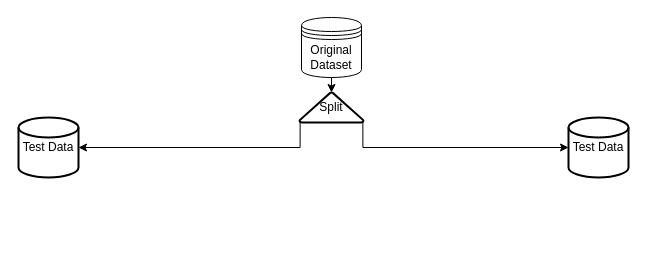
Earlier version of the draw.io diagram Resources/Untitled Diagram.drawio (HenrikPereira/EDSBproject). Source tidied: cells renumbered, new cells numbered last; positions are measured from the earlier drawing's top-left corner, leaving out a move shared by most shapes. Both pictures are drawn from the tidied source at 100%, with x=0, y=0 at pixel (18, 17).
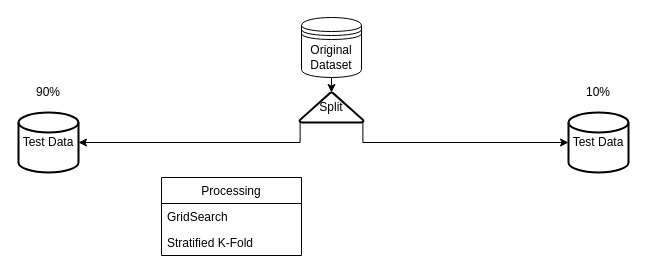
After the change.

Change to the diagram source:
```diff
@@
 <mxGraphModel>
   <root>
     <mxCell id="0" />
     <mxCell id="1" parent="0" />
     <mxCell id="2" style="edgeStyle=orthogonalEdgeStyle;rounded=0;jettySize=auto;html=1;exitX=0.99;exitY=0.97;exitDx=0;exitDy=0;entryX=0;entryY=0.5;entryDx=0;entryDy=0;entryPerimeter=0;exitPerimeter=0;" parent="1" edge="1" source="8" target="5">
       <mxGeometry relative="1" as="geometry" />
     </mxCell>
     <mxCell id="3" style="edgeStyle=orthogonalEdgeStyle;rounded=0;jettySize=auto;html=1;exitX=0.5;exitY=1;exitDx=0;exitDy=0;entryX=0.5;entryY=0;entryDx=0;entryDy=0;entryPerimeter=0;" parent="1" edge="1" source="4" target="8">
       <mxGeometry relative="1" as="geometry" />
     </mxCell>
     <mxCell id="4" value="Original&lt;br&gt;Dataset" style="shape=datastore;whiteSpace=wrap;html=1;" parent="1" vertex="1">
       <mxGeometry x="283" width="60" height="60" as="geometry" />
     </mxCell>
     <mxCell id="5" value="Test Data" style="strokeWidth=2;html=1;shape=mxgraph.flowchart.database;whiteSpace=wrap;" parent="1" vertex="1">
-      <mxGeometry x="550" y="100" width="60" height="60" as="geometry" />
+      <mxGeometry x="550" y="95" width="60" height="60" as="geometry" />
     </mxCell>
     <mxCell id="6" value="Test Data" style="strokeWidth=2;html=1;shape=mxgraph.flowchart.database;whiteSpace=wrap;" parent="1" vertex="1">
-      <mxGeometry y="100" width="60" height="60" as="geometry" />
+      <mxGeometry y="95" width="60" height="60" as="geometry" />
     </mxCell>
     <mxCell id="7" style="edgeStyle=orthogonalEdgeStyle;rounded=0;jettySize=auto;html=1;exitX=0.01;exitY=0.97;exitDx=0;exitDy=0;exitPerimeter=0;entryX=1;entryY=0.5;entryDx=0;entryDy=0;entryPerimeter=0;" parent="1" edge="1" source="8" target="6">
       <mxGeometry relative="1" as="geometry" />
     </mxCell>
     <mxCell id="8" value="Split" style="strokeWidth=2;html=1;shape=mxgraph.flowchart.extract_or_measurement;whiteSpace=wrap;" parent="1" vertex="1">
       <mxGeometry x="281" y="75" width="64" height="30" as="geometry" />
     </mxCell>
+    <mxCell id="9" value="90%" style="text;html=1;strokeColor=none;fillColor=none;align=center;verticalAlign=middle;whiteSpace=wrap;rounded=0;" parent="1" vertex="1">
+      <mxGeometry x="10" y="65" width="40" height="20" as="geometry" />
+    </mxCell>
+    <mxCell id="10" value="10%" style="text;html=1;strokeColor=none;fillColor=none;align=center;verticalAlign=middle;whiteSpace=wrap;rounded=0;" parent="1" vertex="1">
+      <mxGeometry x="560" y="65" width="40" height="20" as="geometry" />
+    </mxCell>
+    <mxCell id="11" value="Processing" style="swimlane;fontStyle=0;horizontal=1;startSize=26;fillColor=none;" parent="1" vertex="1">
+      <mxGeometry x="143" y="160" width="140" height="78" as="geometry" />
+    </mxCell>
+    <mxCell id="12" value="GridSearch" style="text;strokeColor=none;fillColor=none;align=left;verticalAlign=top;spacingLeft=4;spacingRight=4;overflow=hidden;" parent="11" vertex="1">
+      <mxGeometry y="26" width="140" height="26" as="geometry" />
+    </mxCell>
+    <mxCell id="13" value="Stratified K-Fold" style="text;strokeColor=none;fillColor=none;align=left;verticalAlign=top;spacingLeft=4;spacingRight=4;overflow=hidden;" parent="11" vertex="1">
+      <mxGeometry y="52" width="140" height="26" as="geometry" />
+    </mxCell>
   </root>
 </mxGraphModel>
```
